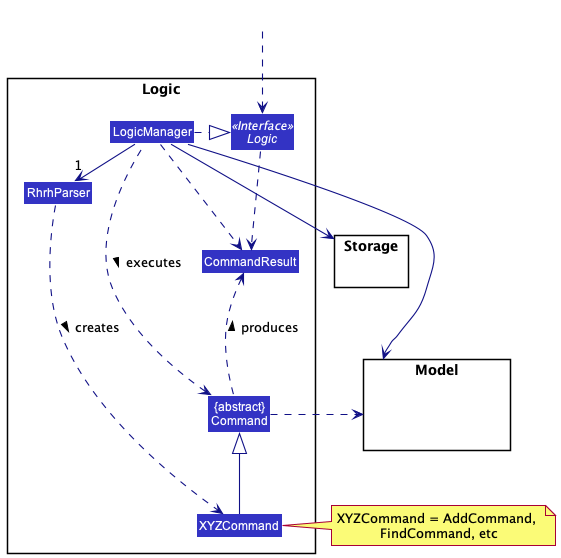
Above: docs/images/LogicClassDiagram.png in nus-cs2103-AY2122S1/tp (PlantUML), before the change.
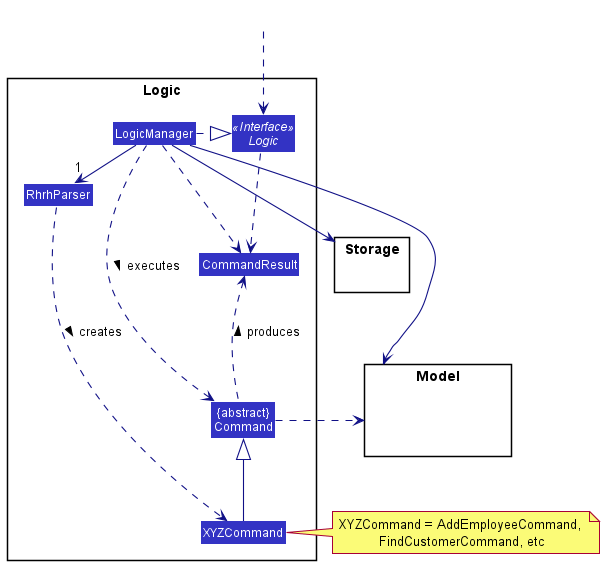
The same diagram one commit later.

Commit message:
split Model class diagram into 2 smaller diagrams

Change to the diagram source:
```diff
@@ -38,7 +38,7 @@
 Storage --[hidden] Model
 Command .[hidden]up.> Storage
 Command .right.> Model
-note right of XYZCommand: XYZCommand = AddCommand, \nFindCommand, etc
+note right of XYZCommand: XYZCommand = AddEmployeeCommand, \nFindCustomerCommand, etc
 
 Logic ..> CommandResult
 LogicManager .down.> CommandResult
```
